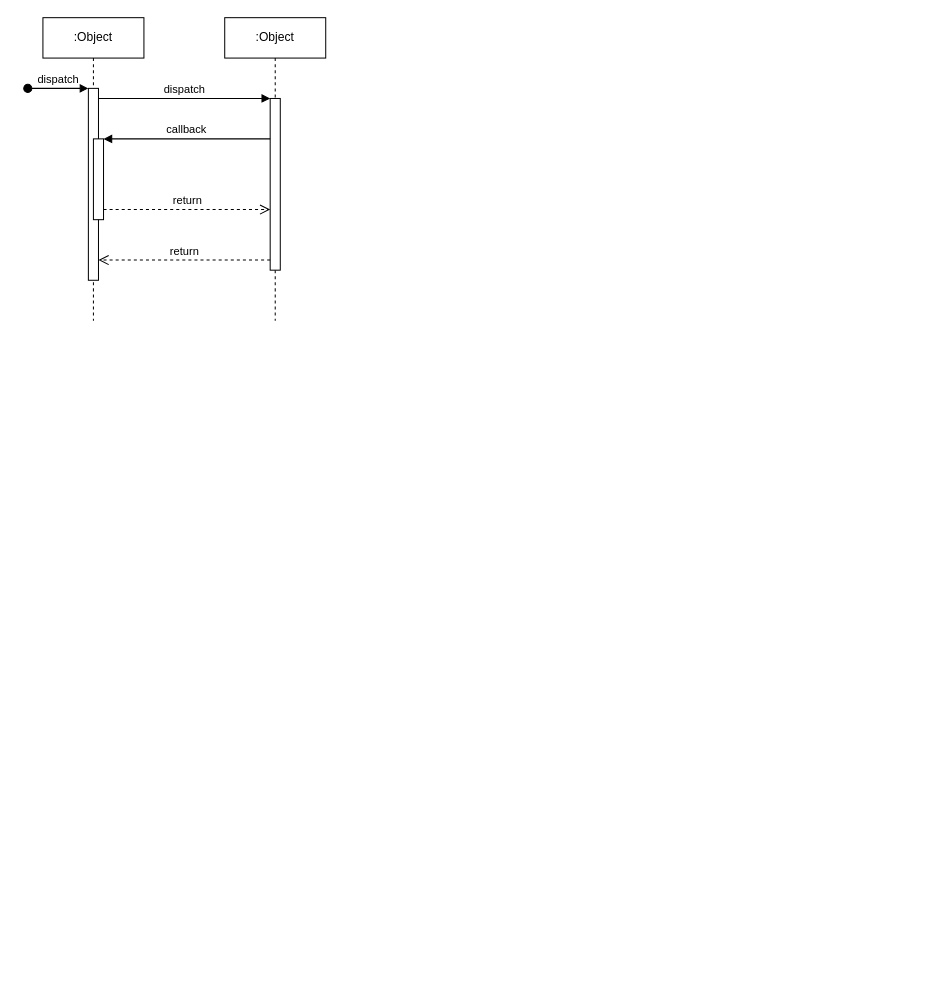
fe1ipesena/biblioteca-Java-Swing keeps this draw.io diagram as Diagrama sem nome.drawio. Above is the earlier version. Source tidied: cells renumbered, new cells numbered last; positions are measured from the earlier drawing's top-left corner, leaving out a move shared by most shapes. Both pictures are drawn from the tidied source at 101%, with x=0, y=0 at pixel (27, 17).
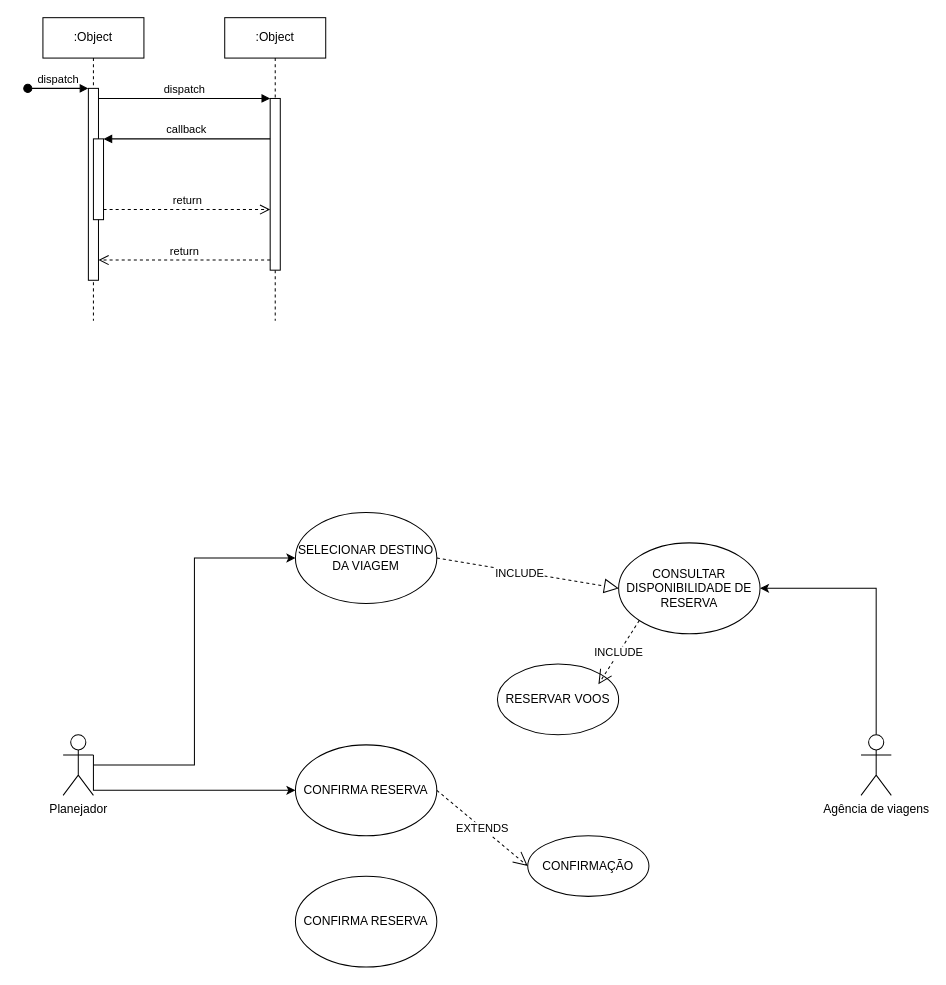
Above is the later version.

Commit message:
ATV FIXAÇÃO

Diff of the diagram source:
```diff
@@
+    <mxCell id="12" style="edgeStyle=orthogonalEdgeStyle;rounded=0;jettySize=auto;html=1;entryX=0;entryY=0.5;entryDx=0;entryDy=0;" parent="1" edge="1" source="14" target="15">
+      <mxGeometry relative="1" as="geometry" />
+    </mxCell>
+    <mxCell id="13" style="edgeStyle=orthogonalEdgeStyle;rounded=0;jettySize=auto;html=1;entryX=0;entryY=0.5;entryDx=0;entryDy=0;exitX=1;exitY=0.3333333333333333;exitDx=0;exitDy=0;exitPerimeter=0;" parent="1" edge="1" source="14" target="23">
+      <mxGeometry relative="1" as="geometry">
+        <Array as="points">
+          <mxPoint x="65" y="765" />
+        </Array>
+      </mxGeometry>
+    </mxCell>
+    <mxCell id="14" value="Planejador&lt;div&gt;&lt;br/&gt;&lt;/div&gt;" style="shape=umlActor;verticalLabelPosition=bottom;verticalAlign=top;html=1;outlineConnect=0;" parent="1" vertex="1">
+      <mxGeometry x="35" y="710" width="30" height="60" as="geometry" />
+    </mxCell>
+    <mxCell id="15" value="SELECIONAR DESTINO DA VIAGEM" style="ellipse;whiteSpace=wrap;html=1;" parent="1" vertex="1">
+      <mxGeometry x="265" y="490" width="140" height="90" as="geometry" />
+    </mxCell>
+    <mxCell id="16" style="edgeStyle=orthogonalEdgeStyle;rounded=0;jettySize=auto;html=1;exitX=0.5;exitY=0;exitDx=0;exitDy=0;exitPerimeter=0;entryX=1;entryY=0.5;entryDx=0;entryDy=0;" parent="1" edge="1" source="17" target="18">
+      <mxGeometry relative="1" as="geometry" />
+    </mxCell>
+    <mxCell id="17" value="Agência de viagens" style="shape=umlActor;verticalLabelPosition=bottom;verticalAlign=top;html=1;outlineConnect=0;" parent="1" vertex="1">
+      <mxGeometry x="825" y="710" width="30" height="60" as="geometry" />
+    </mxCell>
+    <mxCell id="18" value="CONSULTAR DISPONIBILIDADE DE RESERVA" style="ellipse;whiteSpace=wrap;html=1;" parent="1" vertex="1">
+      <mxGeometry x="585" y="520" width="140" height="90" as="geometry" />
+    </mxCell>
+    <mxCell id="19" style="endArrow=block;dashed=1;endFill=0;endSize=12;html=1;rounded=0;exitX=1;exitY=0.5;exitDx=0;exitDy=0;entryX=0;entryY=0.5;entryDx=0;entryDy=0;" parent="1" edge="1" source="15" target="18">
+      <mxGeometry relative="1" as="geometry" />
+    </mxCell>
+    <mxCell id="20" value="INCLUDE" style="edgeLabel;html=1;align=center;verticalAlign=middle;" parent="19" vertex="1">
+      <mxGeometry x="-0.09" y="-1" relative="1" as="geometry" />
+    </mxCell>
+    <mxCell id="21" value="RESERVAR VOOS" style="ellipse;whiteSpace=wrap;html=1;" parent="1" vertex="1">
+      <mxGeometry x="465" y="640" width="120" height="70" as="geometry" />
+    </mxCell>
+    <mxCell id="22" value="INCLUDE" style="endArrow=open;endSize=12;dashed=1;html=1;rounded=0;exitX=0;exitY=1;exitDx=0;exitDy=0;" parent="1" edge="1" source="18">
+      <mxGeometry relative="1" as="geometry">
+        <mxPoint x="565" y="660" as="targetPoint" />
+      </mxGeometry>
+    </mxCell>
+    <mxCell id="23" value="CONFIRMA RESERVA" style="ellipse;whiteSpace=wrap;html=1;" parent="1" vertex="1">
+      <mxGeometry x="265" y="720" width="140" height="90" as="geometry" />
+    </mxCell>
+    <mxCell id="24" value="CONFIRMAÇÃO" style="ellipse;whiteSpace=wrap;html=1;" parent="1" vertex="1">
+      <mxGeometry x="495" y="810" width="120" height="60" as="geometry" />
+    </mxCell>
+    <mxCell id="25" value="EXTENDS" style="endArrow=open;endSize=12;dashed=1;html=1;rounded=0;exitX=1;exitY=0.5;exitDx=0;exitDy=0;entryX=0;entryY=0.5;entryDx=0;entryDy=0;" parent="1" edge="1" source="23" target="24">
+      <mxGeometry relative="1" as="geometry" />
+    </mxCell>
+    <mxCell id="26" value="CONFIRMA RESERVA" style="ellipse;whiteSpace=wrap;html=1;" parent="1" vertex="1">
+      <mxGeometry x="265" y="850" width="140" height="90" as="geometry" />
+    </mxCell>
```
